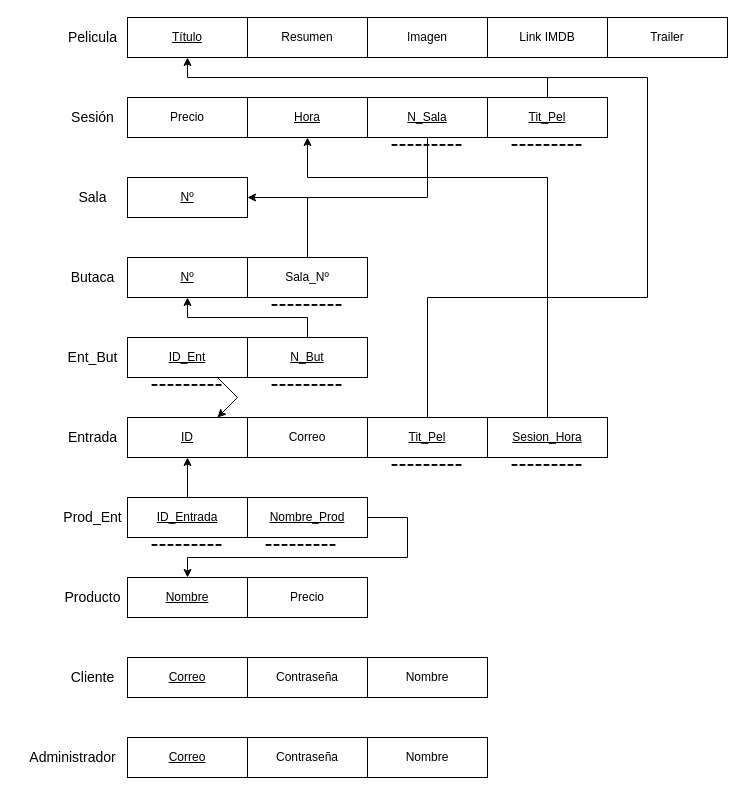
Before: Relacional_Desacine.drawio in alberto872189/Sisinf, a draw.io diagram. Source tidied: cells renumbered, new cells numbered last; positions are measured from the earlier drawing's top-left corner, leaving out a move shared by most shapes. Both pictures are drawn from the tidied source at 100%, with x=0, y=0 at pixel (17, 17).
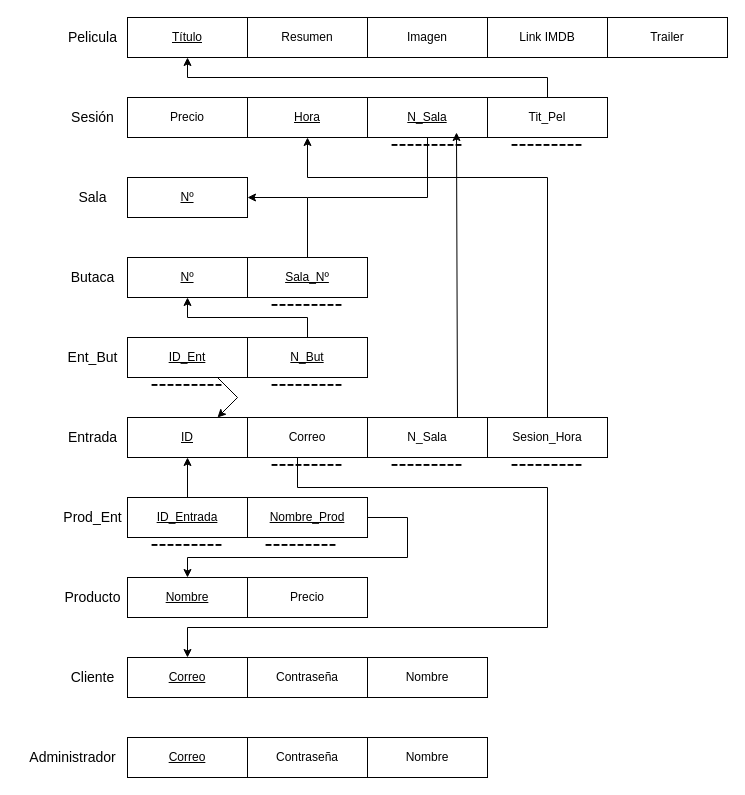
The same page after the edit.

Unchanged cells that the change refers to:
```xml
<mxCell id="54" value="&lt;font style=&quot;font-size: 24px;&quot;&gt;---------&lt;/font&gt;" style="text;html=1;align=center;verticalAlign=middle;points=[];strokeColor=none;fillColor=none;rotation=180;" parent="1" vertex="1">
  <mxGeometry x="360" y="110" width="100" height="40" as="geometry" />
</mxCell>
```

Change to the diagram source:
```diff
@@
-    <mxCell id="4" value="Sala_Nº" style="rounded=0;whiteSpace=wrap;html=1;" parent="1" vertex="1">
+    <mxCell id="4" value="&lt;u&gt;Sala_Nº&lt;/u&gt;" style="rounded=0;whiteSpace=wrap;html=1;" parent="1" vertex="1">
       <mxGeometry x="230" y="240" width="120" height="40" as="geometry" />
     </mxCell>
@@
-    <mxCell id="17" value="&lt;u&gt;Tit_Pel&lt;/u&gt;" style="rounded=0;whiteSpace=wrap;html=1;" parent="1" vertex="1">
+    <mxCell id="17" value="Tit_Pel" style="rounded=0;whiteSpace=wrap;html=1;" parent="1" vertex="1">
       <mxGeometry x="470" y="80" width="120" height="40" as="geometry" />
     </mxCell>
@@
-    <mxCell id="22" value="&lt;u&gt;Tit_Pel&lt;/u&gt;" style="rounded=0;whiteSpace=wrap;html=1;" parent="1" vertex="1">
+    <mxCell id="22" value="N_Sala" style="rounded=0;whiteSpace=wrap;html=1;" parent="1" vertex="1">
       <mxGeometry x="350" y="400" width="120" height="40" as="geometry" />
     </mxCell>
-    <mxCell id="23" value="&lt;u&gt;Sesion_Hora&lt;/u&gt;" style="rounded=0;whiteSpace=wrap;html=1;" parent="1" vertex="1">
+    <mxCell id="23" value="Sesion_Hora" style="rounded=0;whiteSpace=wrap;html=1;" parent="1" vertex="1">
       <mxGeometry x="470" y="400" width="120" height="40" as="geometry" />
     </mxCell>
@@
-    <mxCell id="56" style="endArrow=none;html=1;rounded=0;exitX=0.5;exitY=0;exitDx=0;exitDy=0;" parent="1" edge="1" source="22">
-      <mxGeometry relative="1" as="geometry">
-        <mxPoint x="530" y="60" as="targetPoint" />
-        <Array as="points">
-          <mxPoint x="410" y="280" />
-          <mxPoint x="630" y="280" />
-          <mxPoint x="630" y="60" />
-        </Array>
-      </mxGeometry>
-    </mxCell>
@@
+    <mxCell id="58" value="&lt;font style=&quot;font-size: 24px;&quot;&gt;---------&lt;/font&gt;" style="text;html=1;align=center;verticalAlign=middle;points=[];strokeColor=none;fillColor=none;rotation=180;" parent="1" vertex="1">
+      <mxGeometry x="240" y="430" width="100" height="40" as="geometry" />
+    </mxCell>
+    <mxCell id="59" style="endArrow=classic;html=1;rounded=0;exitX=0.6;exitY=0.75;exitDx=0;exitDy=0;exitPerimeter=0;" parent="1" edge="1" source="58">
+      <mxGeometry relative="1" as="geometry">
+        <mxPoint x="170" y="640" as="targetPoint" />
+        <Array as="points">
+          <mxPoint x="280" y="470" />
+          <mxPoint x="530" y="470" />
+          <mxPoint x="530" y="610" />
+          <mxPoint x="170" y="610" />
+        </Array>
+      </mxGeometry>
+    </mxCell>
+    <mxCell id="60" style="endArrow=classic;html=1;rounded=0;exitX=0.75;exitY=0;exitDx=0;exitDy=0;entryX=0.21;entryY=0.875;entryDx=0;entryDy=0;entryPerimeter=0;" parent="1" edge="1" source="22" target="54">
+      <mxGeometry relative="1" as="geometry" />
+    </mxCell>
```
